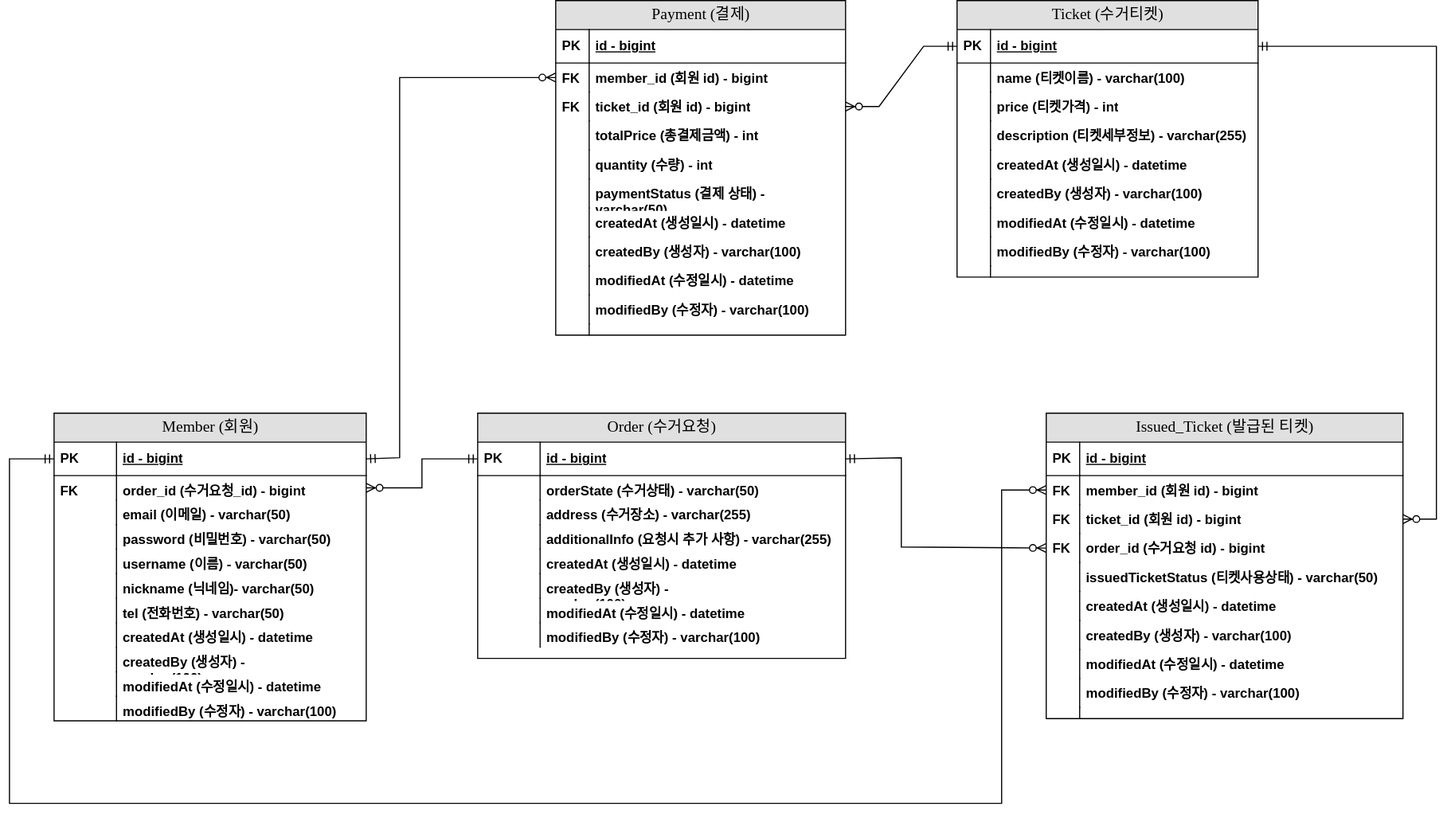
Before: documents/erd.svg, a diagram exported from draw.io (23Yong/Let-me-clean). Source tidied: cells renumbered, new cells last; positions are measured from the earlier drawing's top-left corner, leaving out a move shared by most shapes.
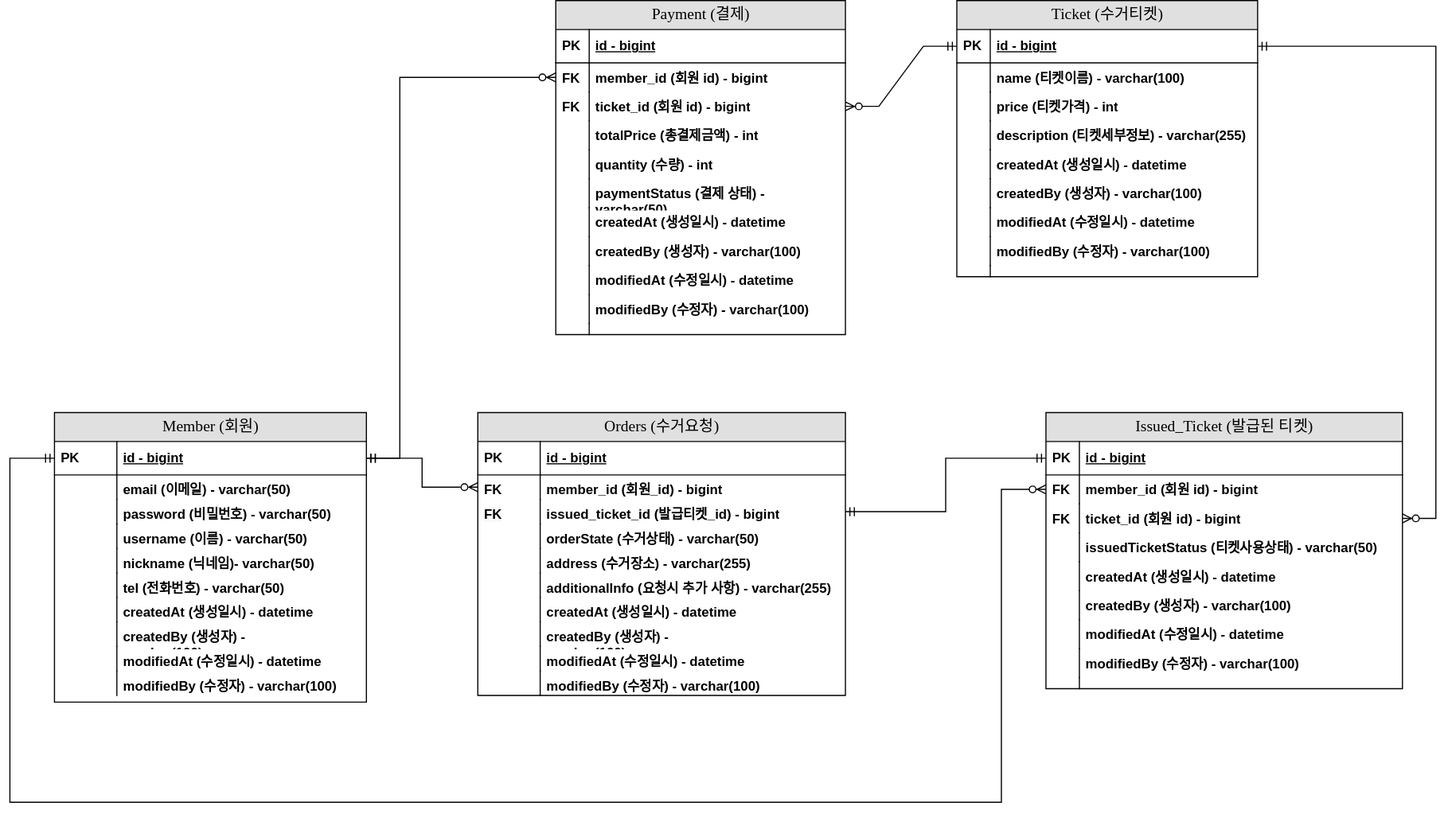
After the change.

Commit message:
#50 - ERD 업데이트 : MySQL 예약어, 테이블간 관계 수정

Change to the diagram source:
```diff
@@ -5,3 +5,3 @@
     <mxCell id="2" value="Member (회원)" style="swimlane;html=1;fontStyle=0;horizontal=1;startSize=26;fillColor=#e0e0e0;swimlaneFillColor=#ffffff;align=center;rounded=0;shadow=0;comic=0;labelBackgroundColor=none;strokeWidth=1;fontFamily=Verdana;fontSize=14;" parent="1" vertex="1">
-      <mxGeometry x="40" y="370" width="280" height="276" as="geometry" />
+      <mxGeometry x="40" y="370" width="280" height="260" as="geometry" />
     </mxCell>
@@ -13,10 +13,4 @@
     </mxCell>
-    <mxCell id="5" value="order_id (수거요청_id) - bigint" style="shape=partialRectangle;top=0;left=0;right=0;bottom=0;html=1;align=left;verticalAlign=top;fillColor=none;spacingLeft=60;spacingRight=4;whiteSpace=wrap;overflow=hidden;points=[[0,0.5],[1,0.5]];portConstraint=eastwest;fontStyle=1;" parent="2" vertex="1">
-      <mxGeometry y="56" width="280" height="22" as="geometry" />
-    </mxCell>
-    <mxCell id="6" value="&lt;b&gt;FK&lt;/b&gt;" style="shape=partialRectangle;top=0;left=0;bottom=0;html=1;fillColor=none;align=left;verticalAlign=top;spacingLeft=4;spacingRight=4;whiteSpace=wrap;overflow=hidden;" parent="5" vertex="1">
-      <mxGeometry width="56" height="22" as="geometry" />
-    </mxCell>
     <mxCell id="7" value="email (이메일) - varchar(50)" style="shape=partialRectangle;top=0;left=0;right=0;bottom=0;html=1;align=left;verticalAlign=top;fillColor=none;spacingLeft=60;spacingRight=4;whiteSpace=wrap;overflow=hidden;fontStyle=1;" parent="2" vertex="1">
-      <mxGeometry y="78" width="280" height="22" as="geometry" />
+      <mxGeometry y="56" width="280" height="22" as="geometry" />
     </mxCell>
@@ -26,3 +20,3 @@
     <mxCell id="9" value="password (비밀번호) - varchar(50)" style="shape=partialRectangle;top=0;left=0;right=0;bottom=0;html=1;align=left;verticalAlign=top;fillColor=none;spacingLeft=60;spacingRight=4;whiteSpace=wrap;overflow=hidden;fontStyle=1;" parent="2" vertex="1">
-      <mxGeometry y="100" width="280" height="22" as="geometry" />
+      <mxGeometry y="78" width="280" height="22" as="geometry" />
     </mxCell>
@@ -32,3 +26,3 @@
     <mxCell id="11" value="username (이름) - varchar(50)" style="shape=partialRectangle;top=0;left=0;right=0;bottom=0;html=1;align=left;verticalAlign=top;fillColor=none;spacingLeft=60;spacingRight=4;whiteSpace=wrap;overflow=hidden;fontStyle=1;" parent="2" vertex="1">
-      <mxGeometry y="122" width="280" height="22" as="geometry" />
+      <mxGeometry y="100" width="280" height="22" as="geometry" />
     </mxCell>
@@ -38,3 +32,3 @@
     <mxCell id="13" value="nickname (닉네임)- varchar(50)" style="shape=partialRectangle;top=0;left=0;right=0;bottom=0;html=1;align=left;verticalAlign=top;fillColor=none;spacingLeft=60;spacingRight=4;whiteSpace=wrap;overflow=hidden;fontStyle=1;" parent="2" vertex="1">
-      <mxGeometry y="144" width="280" height="22" as="geometry" />
+      <mxGeometry y="122" width="280" height="22" as="geometry" />
     </mxCell>
@@ -44,3 +38,3 @@
     <mxCell id="15" value="tel (전화번호) - varchar(50)" style="shape=partialRectangle;top=0;left=0;right=0;bottom=0;html=1;align=left;verticalAlign=top;fillColor=none;spacingLeft=60;spacingRight=4;whiteSpace=wrap;overflow=hidden;fontStyle=1;" parent="2" vertex="1">
-      <mxGeometry y="166" width="280" height="22" as="geometry" />
+      <mxGeometry y="144" width="280" height="22" as="geometry" />
     </mxCell>
@@ -50,3 +44,3 @@
     <mxCell id="17" value="createdAt (생성일시) - datetime" style="shape=partialRectangle;top=0;left=0;right=0;bottom=0;html=1;align=left;verticalAlign=top;fillColor=none;spacingLeft=60;spacingRight=4;whiteSpace=wrap;overflow=hidden;fontStyle=1;" parent="2" vertex="1">
-      <mxGeometry y="188" width="280" height="22" as="geometry" />
+      <mxGeometry y="166" width="280" height="22" as="geometry" />
     </mxCell>
@@ -56,3 +50,3 @@
     <mxCell id="19" value="createdBy (생성자) - varchar(100)&lt;span style=&quot;white-space: pre;&quot;&gt;&#9;&lt;/span&gt;&lt;span style=&quot;white-space: pre;&quot;&gt;&#9;&lt;/span&gt;&lt;span style=&quot;white-space: pre;&quot;&gt;&#9;&lt;/span&gt;&lt;span style=&quot;white-space: pre;&quot;&gt;&#9;&lt;/span&gt;" style="shape=partialRectangle;top=0;left=0;right=0;bottom=0;html=1;align=left;verticalAlign=top;fillColor=none;spacingLeft=60;spacingRight=4;whiteSpace=wrap;overflow=hidden;fontStyle=1;" parent="2" vertex="1">
-      <mxGeometry y="210" width="280" height="22" as="geometry" />
+      <mxGeometry y="188" width="280" height="22" as="geometry" />
     </mxCell>
@@ -62,3 +56,3 @@
     <mxCell id="21" value="modifiedAt (수정일시) - datetime" style="shape=partialRectangle;top=0;left=0;right=0;bottom=0;html=1;align=left;verticalAlign=top;fillColor=none;spacingLeft=60;spacingRight=4;whiteSpace=wrap;overflow=hidden;fontStyle=1;" parent="2" vertex="1">
-      <mxGeometry y="232" width="280" height="22" as="geometry" />
+      <mxGeometry y="210" width="280" height="22" as="geometry" />
     </mxCell>
@@ -68,3 +62,3 @@
     <mxCell id="23" value="modifiedBy (수정자) - varchar(100)" style="shape=partialRectangle;top=0;left=0;right=0;bottom=0;html=1;align=left;verticalAlign=top;fillColor=none;spacingLeft=60;spacingRight=4;whiteSpace=wrap;overflow=hidden;fontStyle=1;" parent="2" vertex="1">
-      <mxGeometry y="254" width="280" height="22" as="geometry" />
+      <mxGeometry y="232" width="280" height="22" as="geometry" />
     </mxCell>
@@ -200,3 +194,3 @@
     <mxCell id="67" value="Issued_Ticket (발급된 티켓)" style="swimlane;html=1;fontStyle=0;horizontal=1;startSize=26;fillColor=#e0e0e0;swimlaneFillColor=#ffffff;align=center;rounded=0;shadow=0;comic=0;labelBackgroundColor=none;strokeWidth=1;fontFamily=Verdana;fontSize=14;swimlaneLine=1;" parent="1" vertex="1">
-      <mxGeometry x="930" y="370" width="320" height="274" as="geometry" />
+      <mxGeometry x="930" y="370" width="320" height="248" as="geometry" />
     </mxCell>
@@ -220,10 +214,4 @@
     </mxCell>
-    <mxCell id="74" value="order_id (수거요청 id) - bigint" style="shape=partialRectangle;top=0;left=0;right=0;bottom=0;html=1;align=left;verticalAlign=top;fillColor=none;spacingLeft=34;spacingRight=4;whiteSpace=wrap;overflow=hidden;points=[[0,0.5],[1,0.5]];portConstraint=eastwest;fontStyle=1;" parent="67" vertex="1">
-      <mxGeometry y="108" width="320" height="26" as="geometry" />
-    </mxCell>
-    <mxCell id="75" value="&lt;b&gt;FK&lt;/b&gt;" style="shape=partialRectangle;top=0;left=0;bottom=0;html=1;fillColor=none;align=left;verticalAlign=top;spacingLeft=4;spacingRight=4;whiteSpace=wrap;overflow=hidden;" parent="74" vertex="1">
-      <mxGeometry width="30" height="26" as="geometry" />
-    </mxCell>
     <mxCell id="76" value="issuedTicketStatus (티켓사용상태) - varchar(50)" style="shape=partialRectangle;top=0;left=0;right=0;bottom=0;html=1;align=left;verticalAlign=top;fillColor=none;spacingLeft=34;spacingRight=4;whiteSpace=wrap;overflow=hidden;fontStyle=1;" parent="67" vertex="1">
-      <mxGeometry y="134" width="320" height="26" as="geometry" />
+      <mxGeometry y="108" width="320" height="26" as="geometry" />
     </mxCell>
@@ -233,3 +221,3 @@
     <mxCell id="78" value="&lt;span style=&quot;font-weight: 700;&quot;&gt;createdAt (생성일시) - datetime&lt;/span&gt;" style="shape=partialRectangle;top=0;left=0;right=0;bottom=0;html=1;align=left;verticalAlign=top;fillColor=none;spacingLeft=34;spacingRight=4;whiteSpace=wrap;overflow=hidden;" parent="67" vertex="1">
-      <mxGeometry y="160" width="320" height="26" as="geometry" />
+      <mxGeometry y="134" width="320" height="26" as="geometry" />
     </mxCell>
@@ -239,3 +227,3 @@
     <mxCell id="80" value="&lt;span style=&quot;font-weight: 700;&quot;&gt;createdBy (생성자) - varchar(100)&lt;/span&gt;&lt;span style=&quot;font-weight: 700;&quot;&gt;&#9;&lt;/span&gt;&lt;span style=&quot;font-weight: 700;&quot;&gt;&#9;&lt;/span&gt;&lt;span style=&quot;font-weight: 700;&quot;&gt;&#9;&lt;/span&gt;&lt;span style=&quot;font-weight: 700;&quot;&gt;&#9;&lt;/span&gt;" style="shape=partialRectangle;top=0;left=0;right=0;bottom=0;html=1;align=left;verticalAlign=top;fillColor=none;spacingLeft=34;spacingRight=4;whiteSpace=wrap;overflow=hidden;" parent="67" vertex="1">
-      <mxGeometry y="186" width="320" height="26" as="geometry" />
+      <mxGeometry y="160" width="320" height="26" as="geometry" />
     </mxCell>
@@ -245,3 +233,3 @@
     <mxCell id="82" value="&lt;span style=&quot;font-weight: 700;&quot;&gt;modifiedAt (수정일시) - datetime&lt;/span&gt;" style="shape=partialRectangle;top=0;left=0;right=0;bottom=0;html=1;align=left;verticalAlign=top;fillColor=none;spacingLeft=34;spacingRight=4;whiteSpace=wrap;overflow=hidden;" parent="67" vertex="1">
-      <mxGeometry y="212" width="320" height="26" as="geometry" />
+      <mxGeometry y="186" width="320" height="26" as="geometry" />
     </mxCell>
@@ -251,3 +239,3 @@
     <mxCell id="84" value="&lt;span style=&quot;font-weight: 700;&quot;&gt;modifiedBy (수정자) - varchar(100)&lt;/span&gt;" style="shape=partialRectangle;top=0;left=0;right=0;bottom=0;html=1;align=left;verticalAlign=top;fillColor=none;spacingLeft=34;spacingRight=4;whiteSpace=wrap;overflow=hidden;" parent="67" vertex="1">
-      <mxGeometry y="238" width="320" height="26" as="geometry" />
+      <mxGeometry y="212" width="320" height="26" as="geometry" />
     </mxCell>
@@ -257,3 +245,3 @@
     <mxCell id="86" style="shape=partialRectangle;top=0;left=0;right=0;bottom=0;html=1;align=left;verticalAlign=top;fillColor=none;spacingLeft=34;spacingRight=4;whiteSpace=wrap;overflow=hidden;" parent="67" vertex="1">
-      <mxGeometry y="264" width="320" height="10" as="geometry" />
+      <mxGeometry y="238" width="320" height="10" as="geometry" />
     </mxCell>
@@ -265,3 +253,3 @@
         <Array as="points">
-          <mxPoint x="350" y="410" />
+          <mxPoint x="350" y="411" />
           <mxPoint x="350" y="69" />
@@ -281,4 +269,4 @@
     </mxCell>
-    <mxCell id="91" value="Order (수거요청)" style="swimlane;html=1;fontStyle=0;horizontal=1;startSize=26;fillColor=#e0e0e0;swimlaneFillColor=#ffffff;align=center;rounded=0;shadow=0;comic=0;labelBackgroundColor=none;strokeWidth=1;fontFamily=Verdana;fontSize=14;" parent="1" vertex="1">
-      <mxGeometry x="420" y="370" width="330" height="220" as="geometry" />
+    <mxCell id="91" value="Orders (수거요청)" style="swimlane;html=1;fontStyle=0;horizontal=1;startSize=26;fillColor=#e0e0e0;swimlaneFillColor=#ffffff;align=center;rounded=0;shadow=0;comic=0;labelBackgroundColor=none;strokeWidth=1;fontFamily=Verdana;fontSize=14;" parent="1" vertex="1">
+      <mxGeometry x="420" y="370" width="330" height="254" as="geometry" />
     </mxCell>
@@ -290,10 +278,22 @@
     </mxCell>
-    <mxCell id="94" value="orderState (수거상태) - varchar(50)" style="shape=partialRectangle;top=0;left=0;right=0;bottom=0;html=1;align=left;verticalAlign=top;fillColor=none;spacingLeft=60;spacingRight=4;whiteSpace=wrap;overflow=hidden;points=[[0,0.5],[1,0.5]];portConstraint=eastwest;fontStyle=1;" parent="91" vertex="1">
+    <mxCell id="94" value="member_id (회원_id) - bigint" style="shape=partialRectangle;top=0;left=0;right=0;bottom=0;html=1;align=left;verticalAlign=top;fillColor=none;spacingLeft=60;spacingRight=4;whiteSpace=wrap;overflow=hidden;points=[[0,0.5],[1,0.5]];portConstraint=eastwest;fontStyle=1;" parent="91" vertex="1">
       <mxGeometry y="56" width="330" height="22" as="geometry" />
     </mxCell>
-    <mxCell id="95" style="shape=partialRectangle;top=0;left=0;bottom=0;html=1;fillColor=none;align=left;verticalAlign=top;spacingLeft=4;spacingRight=4;whiteSpace=wrap;overflow=hidden;" parent="94" vertex="1">
+    <mxCell id="95" value="&lt;b&gt;FK&lt;/b&gt;" style="shape=partialRectangle;top=0;left=0;bottom=0;html=1;fillColor=none;align=left;verticalAlign=top;spacingLeft=4;spacingRight=4;whiteSpace=wrap;overflow=hidden;" parent="94" vertex="1">
       <mxGeometry width="56" height="22" as="geometry" />
     </mxCell>
+    <mxCell id="111" value="issued_ticket_id (발급티켓_id) - bigint" style="shape=partialRectangle;top=0;left=0;right=0;bottom=0;html=1;align=left;verticalAlign=top;fillColor=none;spacingLeft=60;spacingRight=4;whiteSpace=wrap;overflow=hidden;points=[[0,0.5],[1,0.5]];portConstraint=eastwest;fontStyle=1;" parent="91" vertex="1">
+      <mxGeometry y="78" width="330" height="22" as="geometry" />
+    </mxCell>
+    <mxCell id="112" value="&lt;meta charset=&quot;utf-8&quot;&gt;&lt;b style=&quot;color: rgb(0, 0, 0); font-family: Helvetica; font-size: 12px; font-style: normal; font-variant-ligatures: normal; font-variant-caps: normal; letter-spacing: normal; orphans: 2; text-align: left; text-indent: 0px; text-transform: none; widows: 2; word-spacing: 0px; -webkit-text-stroke-width: 0px; background-color: rgb(248, 249, 250); text-decoration-thickness: initial; text-decoration-style: initial; text-decoration-color: initial;&quot;&gt;FK&lt;/b&gt;" style="shape=partialRectangle;top=0;left=0;bottom=0;html=1;fillColor=none;align=left;verticalAlign=top;spacingLeft=4;spacingRight=4;whiteSpace=wrap;overflow=hidden;" parent="111" vertex="1">
+      <mxGeometry width="56" height="22" as="geometry" />
+    </mxCell>
+    <mxCell id="113" value="orderState (수거상태) - varchar(50)" style="shape=partialRectangle;top=0;left=0;right=0;bottom=0;html=1;align=left;verticalAlign=top;fillColor=none;spacingLeft=60;spacingRight=4;whiteSpace=wrap;overflow=hidden;fontStyle=1;" parent="91" vertex="1">
+      <mxGeometry y="100" width="330" height="22" as="geometry" />
+    </mxCell>
+    <mxCell id="114" style="shape=partialRectangle;top=0;left=0;bottom=0;html=1;fillColor=none;align=left;verticalAlign=top;spacingLeft=4;spacingRight=4;whiteSpace=wrap;overflow=hidden;" parent="113" vertex="1">
+      <mxGeometry width="56" height="22" as="geometry" />
+    </mxCell>
     <mxCell id="96" value="address (수거장소) - varchar(255)" style="shape=partialRectangle;top=0;left=0;right=0;bottom=0;html=1;align=left;verticalAlign=top;fillColor=none;spacingLeft=60;spacingRight=4;whiteSpace=wrap;overflow=hidden;fontStyle=1;" parent="91" vertex="1">
-      <mxGeometry y="78" width="330" height="22" as="geometry" />
+      <mxGeometry y="122" width="330" height="22" as="geometry" />
     </mxCell>
@@ -303,3 +303,3 @@
     <mxCell id="98" value="additionalInfo (요청시 추가 사항) - varchar(255)" style="shape=partialRectangle;top=0;left=0;right=0;bottom=0;html=1;align=left;verticalAlign=top;fillColor=none;spacingLeft=60;spacingRight=4;whiteSpace=wrap;overflow=hidden;fontStyle=1;" parent="91" vertex="1">
-      <mxGeometry y="100" width="330" height="22" as="geometry" />
+      <mxGeometry y="144" width="330" height="22" as="geometry" />
     </mxCell>
@@ -309,3 +309,3 @@
     <mxCell id="100" value="createdAt (생성일시) - datetime" style="shape=partialRectangle;top=0;left=0;right=0;bottom=0;html=1;align=left;verticalAlign=top;fillColor=none;spacingLeft=60;spacingRight=4;whiteSpace=wrap;overflow=hidden;fontStyle=1;" parent="91" vertex="1">
-      <mxGeometry y="122" width="330" height="22" as="geometry" />
+      <mxGeometry y="166" width="330" height="22" as="geometry" />
     </mxCell>
@@ -315,3 +315,3 @@
     <mxCell id="102" value="createdBy (생성자) - varchar(100)&lt;span style=&quot;white-space: pre;&quot;&gt;&#9;&lt;/span&gt;&lt;span style=&quot;white-space: pre;&quot;&gt;&#9;&lt;/span&gt;&lt;span style=&quot;white-space: pre;&quot;&gt;&#9;&lt;/span&gt;&lt;span style=&quot;white-space: pre;&quot;&gt;&#9;&lt;/span&gt;" style="shape=partialRectangle;top=0;left=0;right=0;bottom=0;html=1;align=left;verticalAlign=top;fillColor=none;spacingLeft=60;spacingRight=4;whiteSpace=wrap;overflow=hidden;fontStyle=1;" parent="91" vertex="1">
-      <mxGeometry y="144" width="330" height="22" as="geometry" />
+      <mxGeometry y="188" width="330" height="22" as="geometry" />
     </mxCell>
@@ -321,3 +321,3 @@
     <mxCell id="104" value="modifiedAt (수정일시) - datetime" style="shape=partialRectangle;top=0;left=0;right=0;bottom=0;html=1;align=left;verticalAlign=top;fillColor=none;spacingLeft=60;spacingRight=4;whiteSpace=wrap;overflow=hidden;fontStyle=1;" parent="91" vertex="1">
-      <mxGeometry y="166" width="330" height="22" as="geometry" />
+      <mxGeometry y="210" width="330" height="22" as="geometry" />
     </mxCell>
@@ -327,3 +327,3 @@
     <mxCell id="106" value="modifiedBy (수정자) - varchar(100)" style="shape=partialRectangle;top=0;left=0;right=0;bottom=0;html=1;align=left;verticalAlign=top;fillColor=none;spacingLeft=60;spacingRight=4;whiteSpace=wrap;overflow=hidden;fontStyle=1;" parent="91" vertex="1">
-      <mxGeometry y="188" width="330" height="22" as="geometry" />
+      <mxGeometry y="232" width="330" height="22" as="geometry" />
     </mxCell>
@@ -344,7 +344,7 @@
     </mxCell>
-    <mxCell id="109" style="edgeStyle=none;shape=connector;rounded=0;jettySize=auto;html=1;exitX=0;exitY=0.5;exitDx=0;exitDy=0;entryX=1;entryY=0.5;entryDx=0;entryDy=0;labelBackgroundColor=default;strokeColor=default;fontFamily=Helvetica;fontSize=12;fontColor=default;startArrow=ERmandOne;endArrow=ERzeroToMany;elbow=vertical;" parent="1" edge="1" source="92" target="5">
+    <mxCell id="109" style="edgeStyle=none;shape=connector;rounded=0;jettySize=auto;html=1;exitX=0;exitY=0.5;exitDx=0;exitDy=0;entryX=1;entryY=0.5;entryDx=0;entryDy=0;labelBackgroundColor=default;strokeColor=default;fontFamily=Helvetica;fontSize=12;fontColor=default;startArrow=ERzeroToMany;endArrow=ERmandOne;elbow=vertical;startFill=0;endFill=0;" parent="1" edge="1" source="94" target="3">
       <mxGeometry relative="1" as="geometry">
         <Array as="points">
+          <mxPoint x="370" y="437" />
           <mxPoint x="370" y="411" />
-          <mxPoint x="370" y="437" />
         </Array>
@@ -352,10 +352,10 @@
     </mxCell>
-    <mxCell id="110" style="edgeStyle=none;shape=connector;rounded=0;jettySize=auto;html=1;exitX=1;exitY=0.5;exitDx=0;exitDy=0;entryX=0;entryY=0.5;entryDx=0;entryDy=0;labelBackgroundColor=default;strokeColor=default;fontFamily=Helvetica;fontSize=12;fontColor=default;startArrow=ERmandOne;endArrow=ERzeroToMany;elbow=vertical;" parent="1" edge="1" source="92" target="74">
-      <mxGeometry relative="1" as="geometry">
-        <Array as="points">
-          <mxPoint x="800" y="410" />
-          <mxPoint x="800" y="490" />
-        </Array>
-      </mxGeometry>
-    </mxCell>
+    <mxCell id="115" style="edgeStyle=none;shape=connector;rounded=0;jettySize=auto;html=1;exitX=1;exitY=0.5;exitDx=0;exitDy=0;entryX=0;entryY=0.5;entryDx=0;entryDy=0;labelBackgroundColor=default;strokeColor=default;fontFamily=Helvetica;fontSize=12;fontColor=default;startArrow=ERmandOne;startFill=0;endArrow=ERmandOne;endFill=0;elbow=vertical;" parent="1" edge="1" source="111" target="68">
+      <mxGeometry relative="1" as="geometry">
+        <Array as="points">
+          <mxPoint x="840" y="459" />
+          <mxPoint x="840" y="411" />
+        </Array>
+      </mxGeometry>
+    </mxCell>
   </root>
```
